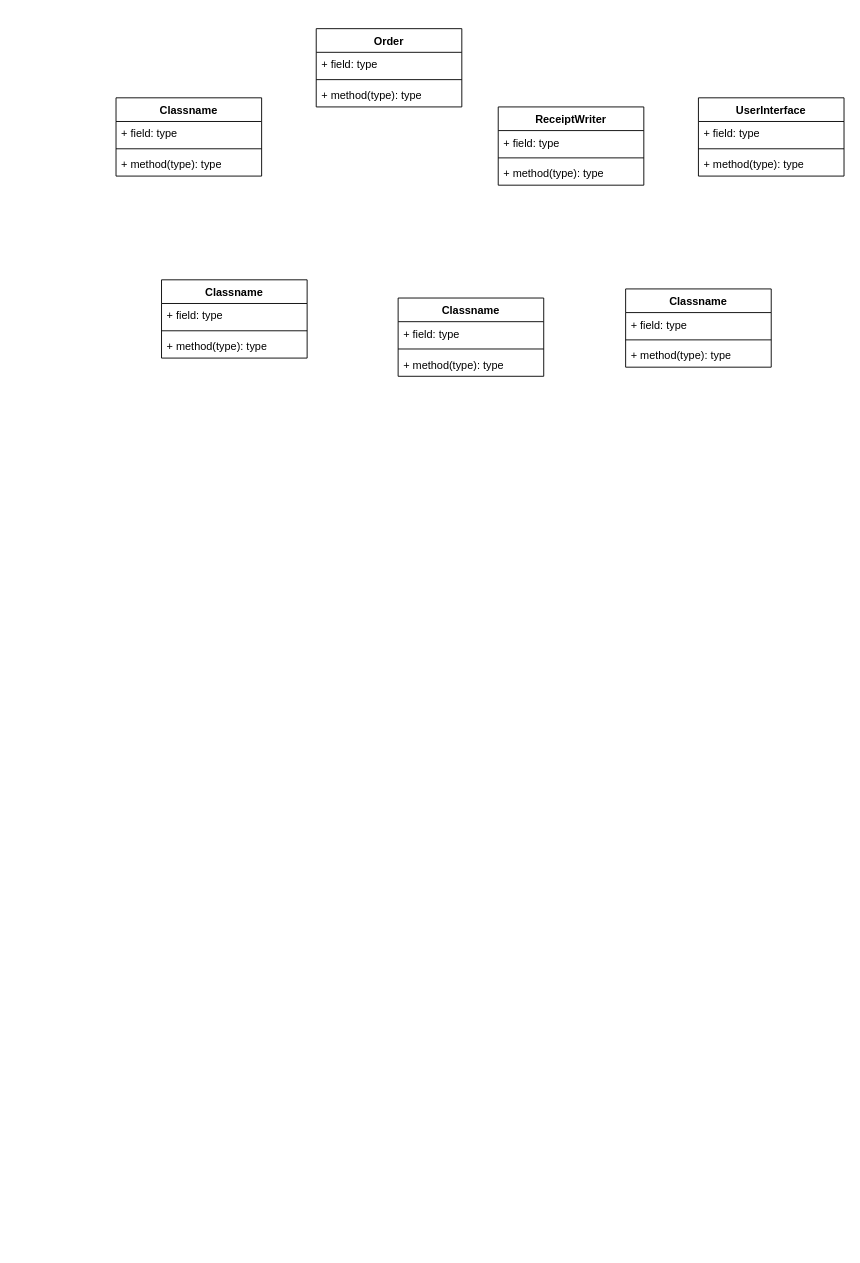
The draw.io diagram TheJaliscoGrillByLosDiaz_ClassDiagram.drawio in alexanderadolfodiaz017-oss/CustomFoodShopCapstone, before the edit. Source tidied: cells renumbered, new cells numbered last; positions are measured from the earlier drawing's top-left corner, leaving out a move shared by most shapes. Both pictures are drawn from the tidied source at 91%, with x=0, y=0 at pixel (116, 28).
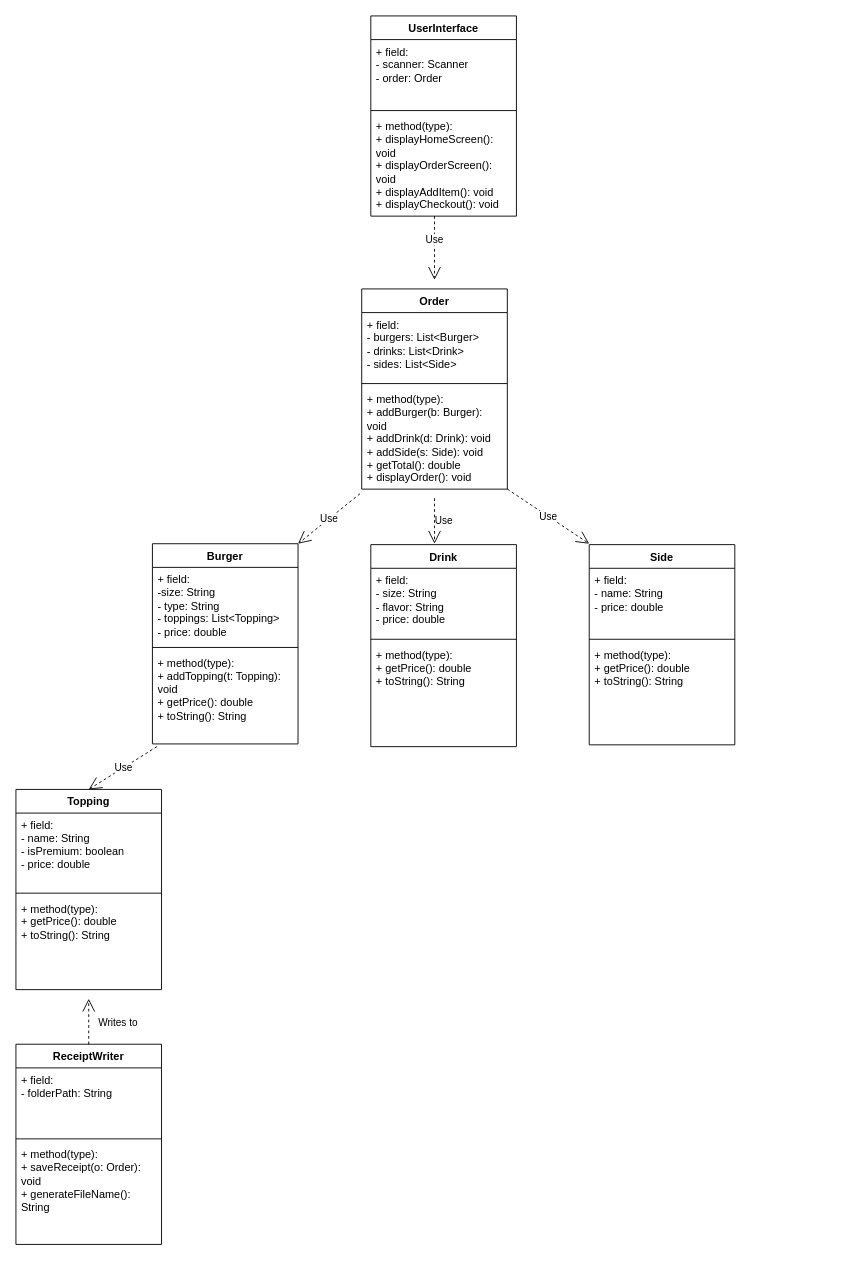
Above is the later version.

Change to the diagram source:
```diff
@@
-    <mxCell id="2" value="Classname" style="swimlane;fontStyle=1;align=center;verticalAlign=top;horizontal=1;startSize=26;whiteSpace=wrap;html=1;" parent="1" vertex="1">
-      <mxGeometry x="310" y="296" width="160" height="86" as="geometry" />
+    <mxCell id="2" value="Topping" style="swimlane;fontStyle=1;align=center;verticalAlign=top;horizontal=1;startSize=26;whiteSpace=wrap;html=1;" parent="1" vertex="1">
+      <mxGeometry x="-110" y="836" width="160" height="220" as="geometry" />
     </mxCell>
-    <mxCell id="3" value="+ field: type" style="text;strokeColor=none;fillColor=none;align=left;verticalAlign=top;spacingLeft=4;spacingRight=4;overflow=hidden;whiteSpace=wrap;html=1;" parent="2" vertex="1">
-      <mxGeometry y="26" width="160" height="26" as="geometry" />
+    <mxCell id="3" value="+ field:&amp;nbsp;&lt;div&gt;&lt;div&gt;- name: String&lt;/div&gt;&lt;div&gt;- isPremium: boolean&lt;/div&gt;&lt;div&gt;- price: double&lt;/div&gt;&lt;/div&gt;" style="text;strokeColor=none;fillColor=none;align=left;verticalAlign=top;spacingLeft=4;spacingRight=4;overflow=hidden;whiteSpace=wrap;html=1;" parent="2" vertex="1">
+      <mxGeometry y="26" width="160" height="84" as="geometry" />
     </mxCell>
     <mxCell id="4" style="line;strokeWidth=1;fillColor=none;align=left;verticalAlign=middle;spacingTop=-1;spacingLeft=3;spacingRight=3;labelPosition=right;strokeColor=inherit;" parent="2" vertex="1">
-      <mxGeometry y="52" width="160" height="8" as="geometry" />
+      <mxGeometry y="110" width="160" height="8" as="geometry" />
     </mxCell>
-    <mxCell id="5" value="+ method(type): type" style="text;strokeColor=none;fillColor=none;align=left;verticalAlign=top;spacingLeft=4;spacingRight=4;overflow=hidden;whiteSpace=wrap;html=1;" parent="2" vertex="1">
-      <mxGeometry y="60" width="160" height="26" as="geometry" />
+    <mxCell id="5" value="+ method(type):&amp;nbsp;&lt;div&gt;&lt;div&gt;+ getPrice(): double&lt;/div&gt;&lt;div&gt;+ toString(): String&lt;/div&gt;&lt;/div&gt;" style="text;strokeColor=none;fillColor=none;align=left;verticalAlign=top;spacingLeft=4;spacingRight=4;overflow=hidden;whiteSpace=wrap;html=1;" parent="2" vertex="1">
+      <mxGeometry y="118" width="160" height="102" as="geometry" />
     </mxCell>
-    <mxCell id="6" value="Classname" style="swimlane;fontStyle=1;align=center;verticalAlign=top;horizontal=1;startSize=26;whiteSpace=wrap;html=1;" parent="1" vertex="1">
-      <mxGeometry x="50" y="276" width="160" height="86" as="geometry" />
+    <mxCell id="6" value="Drink" style="swimlane;fontStyle=1;align=center;verticalAlign=top;horizontal=1;startSize=26;whiteSpace=wrap;html=1;" parent="1" vertex="1">
+      <mxGeometry x="280" y="567" width="160" height="222" as="geometry" />
     </mxCell>
-    <mxCell id="7" value="+ field: type" style="text;strokeColor=none;fillColor=none;align=left;verticalAlign=top;spacingLeft=4;spacingRight=4;overflow=hidden;whiteSpace=wrap;html=1;" parent="6" vertex="1">
-      <mxGeometry y="26" width="160" height="26" as="geometry" />
+    <mxCell id="7" value="+ field:&amp;nbsp;&lt;div&gt;&lt;div&gt;- size: String&lt;/div&gt;&lt;div&gt;- flavor: String&lt;/div&gt;&lt;div&gt;- price: double&lt;/div&gt;&lt;/div&gt;" style="text;strokeColor=none;fillColor=none;align=left;verticalAlign=top;spacingLeft=4;spacingRight=4;overflow=hidden;whiteSpace=wrap;html=1;" parent="6" vertex="1">
+      <mxGeometry y="26" width="160" height="74" as="geometry" />
     </mxCell>
     <mxCell id="8" style="line;strokeWidth=1;fillColor=none;align=left;verticalAlign=middle;spacingTop=-1;spacingLeft=3;spacingRight=3;labelPosition=right;strokeColor=inherit;" parent="6" vertex="1">
-      <mxGeometry y="52" width="160" height="8" as="geometry" />
+      <mxGeometry y="100" width="160" height="8" as="geometry" />
     </mxCell>
-    <mxCell id="9" value="+ method(type): type" style="text;strokeColor=none;fillColor=none;align=left;verticalAlign=top;spacingLeft=4;spacingRight=4;overflow=hidden;whiteSpace=wrap;html=1;" parent="6" vertex="1">
-      <mxGeometry y="60" width="160" height="26" as="geometry" />
+    <mxCell id="9" value="+ method(type):&amp;nbsp;&lt;div&gt;&lt;div&gt;+ getPrice(): double&lt;/div&gt;&lt;div&gt;+ toString(): String&lt;/div&gt;&lt;/div&gt;" style="text;strokeColor=none;fillColor=none;align=left;verticalAlign=top;spacingLeft=4;spacingRight=4;overflow=hidden;whiteSpace=wrap;html=1;" parent="6" vertex="1">
+      <mxGeometry y="108" width="160" height="114" as="geometry" />
     </mxCell>
-    <mxCell id="10" value="Classname" style="swimlane;fontStyle=1;align=center;verticalAlign=top;horizontal=1;startSize=26;whiteSpace=wrap;html=1;" parent="1" vertex="1">
-      <mxGeometry x="560" y="286" width="160" height="86" as="geometry" />
+    <mxCell id="10" value="UserInterface" style="swimlane;fontStyle=1;align=center;verticalAlign=top;horizontal=1;startSize=26;whiteSpace=wrap;html=1;" parent="1" vertex="1">
+      <mxGeometry x="280" y="-14" width="160" height="220" as="geometry" />
     </mxCell>
-    <mxCell id="11" value="+ field: type" style="text;strokeColor=none;fillColor=none;align=left;verticalAlign=top;spacingLeft=4;spacingRight=4;overflow=hidden;whiteSpace=wrap;html=1;" parent="10" vertex="1">
-      <mxGeometry y="26" width="160" height="26" as="geometry" />
+    <mxCell id="11" value="+ field:&amp;nbsp;&lt;div&gt;&lt;div&gt;- scanner: Scanner&lt;/div&gt;&lt;div&gt;- order: Order&lt;/div&gt;&lt;/div&gt;&lt;div&gt;&lt;br&gt;&lt;/div&gt;" style="text;strokeColor=none;fillColor=none;align=left;verticalAlign=top;spacingLeft=4;spacingRight=4;overflow=hidden;whiteSpace=wrap;html=1;" parent="10" vertex="1">
+      <mxGeometry y="26" width="160" height="74" as="geometry" />
     </mxCell>
     <mxCell id="12" style="line;strokeWidth=1;fillColor=none;align=left;verticalAlign=middle;spacingTop=-1;spacingLeft=3;spacingRight=3;labelPosition=right;strokeColor=inherit;" parent="10" vertex="1">
-      <mxGeometry y="52" width="160" height="8" as="geometry" />
+      <mxGeometry y="100" width="160" height="8" as="geometry" />
     </mxCell>
-    <mxCell id="13" value="+ method(type): type" style="text;strokeColor=none;fillColor=none;align=left;verticalAlign=top;spacingLeft=4;spacingRight=4;overflow=hidden;whiteSpace=wrap;html=1;" parent="10" vertex="1">
-      <mxGeometry y="60" width="160" height="26" as="geometry" />
+    <mxCell id="13" value="+ method(type):&amp;nbsp;&lt;div&gt;&lt;div&gt;+ displayHomeScreen(): void&lt;/div&gt;&lt;div&gt;+ displayOrderScreen(): void&lt;/div&gt;&lt;div&gt;+ displayAddItem(): void&lt;/div&gt;&lt;div&gt;+ displayCheckout(): void&lt;/div&gt;&lt;/div&gt;" style="text;strokeColor=none;fillColor=none;align=left;verticalAlign=top;spacingLeft=4;spacingRight=4;overflow=hidden;whiteSpace=wrap;html=1;" parent="10" vertex="1">
+      <mxGeometry y="108" width="160" height="112" as="geometry" />
     </mxCell>
     <mxCell id="14" value="ReceiptWriter" style="swimlane;fontStyle=1;align=center;verticalAlign=top;horizontal=1;startSize=26;whiteSpace=wrap;html=1;" parent="1" vertex="1">
-      <mxGeometry x="420" y="86" width="160" height="86" as="geometry" />
+      <mxGeometry x="-110" y="1116" width="160" height="220" as="geometry" />
     </mxCell>
-    <mxCell id="15" value="+ field: type" style="text;strokeColor=none;fillColor=none;align=left;verticalAlign=top;spacingLeft=4;spacingRight=4;overflow=hidden;whiteSpace=wrap;html=1;" parent="14" vertex="1">
-      <mxGeometry y="26" width="160" height="26" as="geometry" />
+    <mxCell id="15" value="+ field:&amp;nbsp;&lt;div&gt;- folderPath: String&lt;/div&gt;" style="text;strokeColor=none;fillColor=none;align=left;verticalAlign=top;spacingLeft=4;spacingRight=4;overflow=hidden;whiteSpace=wrap;html=1;" parent="14" vertex="1">
+      <mxGeometry y="26" width="160" height="74" as="geometry" />
     </mxCell>
     <mxCell id="16" style="line;strokeWidth=1;fillColor=none;align=left;verticalAlign=middle;spacingTop=-1;spacingLeft=3;spacingRight=3;labelPosition=right;strokeColor=inherit;" parent="14" vertex="1">
-      <mxGeometry y="52" width="160" height="8" as="geometry" />
+      <mxGeometry y="100" width="160" height="8" as="geometry" />
     </mxCell>
-    <mxCell id="17" value="+ method(type): type" style="text;strokeColor=none;fillColor=none;align=left;verticalAlign=top;spacingLeft=4;spacingRight=4;overflow=hidden;whiteSpace=wrap;html=1;" parent="14" vertex="1">
-      <mxGeometry y="60" width="160" height="26" as="geometry" />
+    <mxCell id="17" value="+ method(type):&amp;nbsp;&lt;div&gt;&lt;div&gt;+ saveReceipt(o: Order): void&lt;/div&gt;&lt;div&gt;+ generateFileName(): String&lt;/div&gt;&lt;/div&gt;" style="text;strokeColor=none;fillColor=none;align=left;verticalAlign=top;spacingLeft=4;spacingRight=4;overflow=hidden;whiteSpace=wrap;html=1;" parent="14" vertex="1">
+      <mxGeometry y="108" width="160" height="112" as="geometry" />
     </mxCell>
     <mxCell id="18" value="Order" style="swimlane;fontStyle=1;align=center;verticalAlign=top;horizontal=1;startSize=26;whiteSpace=wrap;html=1;" parent="1" vertex="1">
-      <mxGeometry x="220" width="160" height="86" as="geometry" />
+      <mxGeometry x="270" y="286" width="160" height="220" as="geometry" />
     </mxCell>
-    <mxCell id="19" value="+ field: type" style="text;strokeColor=none;fillColor=none;align=left;verticalAlign=top;spacingLeft=4;spacingRight=4;overflow=hidden;whiteSpace=wrap;html=1;" parent="18" vertex="1">
-      <mxGeometry y="26" width="160" height="26" as="geometry" />
+    <mxCell id="19" value="+ field:&amp;nbsp;&lt;div&gt;&lt;div&gt;- burgers: List&amp;lt;Burger&amp;gt;&lt;/div&gt;&lt;div&gt;- drinks: List&amp;lt;Drink&amp;gt;&lt;/div&gt;&lt;div&gt;- sides: List&amp;lt;Side&amp;gt;&lt;/div&gt;&lt;/div&gt;" style="text;strokeColor=none;fillColor=none;align=left;verticalAlign=top;spacingLeft=4;spacingRight=4;overflow=hidden;whiteSpace=wrap;html=1;" parent="18" vertex="1">
+      <mxGeometry y="26" width="160" height="74" as="geometry" />
     </mxCell>
     <mxCell id="20" style="line;strokeWidth=1;fillColor=none;align=left;verticalAlign=middle;spacingTop=-1;spacingLeft=3;spacingRight=3;labelPosition=right;strokeColor=inherit;" parent="18" vertex="1">
-      <mxGeometry y="52" width="160" height="8" as="geometry" />
+      <mxGeometry y="100" width="160" height="8" as="geometry" />
     </mxCell>
-    <mxCell id="21" value="+ method(type): type" style="text;strokeColor=none;fillColor=none;align=left;verticalAlign=top;spacingLeft=4;spacingRight=4;overflow=hidden;points=[[0,0.5],[1,0.5]];portConstraint=eastwest;whiteSpace=wrap;html=1;" parent="18" vertex="1">
-      <mxGeometry y="60" width="160" height="26" as="geometry" />
+    <mxCell id="21" value="+ method(type):&amp;nbsp;&lt;div&gt;&lt;div&gt;+ addBurger(b: Burger): void&lt;/div&gt;&lt;div&gt;+ addDrink(d: Drink): void&lt;/div&gt;&lt;div&gt;+ addSide(s: Side): void&lt;/div&gt;&lt;div&gt;+ getTotal(): double&lt;/div&gt;&lt;div&gt;+ displayOrder(): void&lt;/div&gt;&lt;/div&gt;" style="text;strokeColor=none;fillColor=none;align=left;verticalAlign=top;spacingLeft=4;spacingRight=4;overflow=hidden;points=[[0,0.5],[1,0.5]];portConstraint=eastwest;whiteSpace=wrap;html=1;" parent="18" vertex="1">
+      <mxGeometry y="108" width="160" height="112" as="geometry" />
     </mxCell>
-    <mxCell id="22" value="UserInterface" style="swimlane;fontStyle=1;align=center;verticalAlign=top;horizontal=1;startSize=26;whiteSpace=wrap;html=1;" parent="1" vertex="1">
-      <mxGeometry x="640" y="76" width="160" height="86" as="geometry" />
+    <mxCell id="22" value="Burger" style="swimlane;fontStyle=1;align=center;verticalAlign=top;horizontal=1;startSize=26;whiteSpace=wrap;html=1;" parent="1" vertex="1">
+      <mxGeometry x="40" y="566" width="160" height="220" as="geometry" />
     </mxCell>
-    <mxCell id="23" value="+ field: type" style="text;strokeColor=none;fillColor=none;align=left;verticalAlign=top;spacingLeft=4;spacingRight=4;overflow=hidden;whiteSpace=wrap;html=1;" parent="22" vertex="1">
-      <mxGeometry y="26" width="160" height="26" as="geometry" />
+    <mxCell id="23" value="+ field:&amp;nbsp;&lt;div&gt;&lt;div&gt;-size: String&lt;/div&gt;&lt;div&gt;- type: String&lt;/div&gt;&lt;div&gt;- toppings: List&amp;lt;Topping&amp;gt;&lt;/div&gt;&lt;div&gt;- price: double&lt;/div&gt;&lt;/div&gt;" style="text;strokeColor=none;fillColor=none;align=left;verticalAlign=top;spacingLeft=4;spacingRight=4;overflow=hidden;whiteSpace=wrap;html=1;" parent="22" vertex="1">
+      <mxGeometry y="26" width="160" height="84" as="geometry" />
     </mxCell>
     <mxCell id="24" style="line;strokeWidth=1;fillColor=none;align=left;verticalAlign=middle;spacingTop=-1;spacingLeft=3;spacingRight=3;labelPosition=right;strokeColor=inherit;" parent="22" vertex="1">
-      <mxGeometry y="52" width="160" height="8" as="geometry" />
+      <mxGeometry y="110" width="160" height="8" as="geometry" />
     </mxCell>
-    <mxCell id="25" value="+ method(type): type" style="text;strokeColor=none;fillColor=none;align=left;verticalAlign=top;spacingLeft=4;spacingRight=4;overflow=hidden;points=[[0,0.5],[1,0.5]];portConstraint=eastwest;whiteSpace=wrap;html=1;" parent="22" vertex="1">
-      <mxGeometry y="60" width="160" height="26" as="geometry" />
+    <mxCell id="25" value="+ method(type):&amp;nbsp;&lt;div&gt;&lt;div&gt;+ addTopping(t: Topping): void&lt;/div&gt;&lt;div&gt;+ getPrice(): double&lt;/div&gt;&lt;div&gt;+ toString(): String&lt;/div&gt;&lt;/div&gt;" style="text;strokeColor=none;fillColor=none;align=left;verticalAlign=top;spacingLeft=4;spacingRight=4;overflow=hidden;points=[[0,0.5],[1,0.5]];portConstraint=eastwest;whiteSpace=wrap;html=1;" parent="22" vertex="1">
+      <mxGeometry y="118" width="160" height="102" as="geometry" />
     </mxCell>
-    <mxCell id="26" value="Classname" style="swimlane;fontStyle=1;align=center;verticalAlign=top;horizontal=1;startSize=26;whiteSpace=wrap;html=1;" parent="1" vertex="1">
-      <mxGeometry y="76" width="160" height="86" as="geometry" />
+    <mxCell id="26" value="Side" style="swimlane;fontStyle=1;align=center;verticalAlign=top;horizontal=1;startSize=26;whiteSpace=wrap;html=1;" parent="1" vertex="1">
+      <mxGeometry x="520" y="567" width="160" height="220" as="geometry" />
     </mxCell>
-    <mxCell id="27" value="+ field: type" style="text;strokeColor=none;fillColor=none;align=left;verticalAlign=top;spacingLeft=4;spacingRight=4;overflow=hidden;whiteSpace=wrap;html=1;" parent="26" vertex="1">
-      <mxGeometry y="26" width="160" height="26" as="geometry" />
+    <mxCell id="27" value="+ field:&amp;nbsp;&lt;div&gt;&lt;div&gt;- name: String&lt;/div&gt;&lt;div&gt;- price: double&lt;/div&gt;&lt;/div&gt;" style="text;strokeColor=none;fillColor=none;align=left;verticalAlign=top;spacingLeft=4;spacingRight=4;overflow=hidden;whiteSpace=wrap;html=1;" parent="26" vertex="1">
+      <mxGeometry y="26" width="160" height="74" as="geometry" />
     </mxCell>
     <mxCell id="28" style="line;strokeWidth=1;fillColor=none;align=left;verticalAlign=middle;spacingTop=-1;spacingLeft=3;spacingRight=3;labelPosition=right;strokeColor=inherit;" parent="26" vertex="1">
-      <mxGeometry y="52" width="160" height="8" as="geometry" />
+      <mxGeometry y="100" width="160" height="8" as="geometry" />
     </mxCell>
-    <mxCell id="29" value="+ method(type): type" style="text;strokeColor=none;fillColor=none;align=left;verticalAlign=top;spacingLeft=4;spacingRight=4;overflow=hidden;whiteSpace=wrap;html=1;" parent="26" vertex="1">
-      <mxGeometry y="60" width="160" height="26" as="geometry" />
+    <mxCell id="29" value="+ method(type):&amp;nbsp;&lt;div&gt;&lt;div&gt;+ getPrice(): double&lt;/div&gt;&lt;div&gt;+ toString(): String&lt;/div&gt;&lt;/div&gt;" style="text;strokeColor=none;fillColor=none;align=left;verticalAlign=top;spacingLeft=4;spacingRight=4;overflow=hidden;whiteSpace=wrap;html=1;" parent="26" vertex="1">
+      <mxGeometry y="108" width="160" height="112" as="geometry" />
     </mxCell>
+    <mxCell id="30" value="Use" style="endArrow=open;endSize=12;dashed=1;html=1;rounded=0;verticalAlign=bottom;" parent="1" edge="1">
+      <mxGeometry relative="1" as="geometry">
+        <mxPoint x="350" y="206" as="sourcePoint" />
+        <mxPoint x="350" y="276" as="targetPoint" />
+      </mxGeometry>
+    </mxCell>
+    <mxCell id="31" value="Use" style="endArrow=open;endSize=12;dashed=1;html=1;rounded=0;exitX=-0.012;exitY=1.045;exitDx=0;exitDy=0;exitPerimeter=0;entryX=1;entryY=0;entryDx=0;entryDy=0;" parent="1" edge="1" source="21" target="22">
+      <mxGeometry relative="1" as="geometry" />
+    </mxCell>
+    <mxCell id="32" value="Use" style="endArrow=open;endSize=12;dashed=1;html=1;rounded=0;" parent="1" edge="1">
+      <mxGeometry y="10" relative="1" as="geometry">
+        <mxPoint x="350" y="516" as="sourcePoint" />
+        <mxPoint x="350" y="566" as="targetPoint" />
+      </mxGeometry>
+    </mxCell>
+    <mxCell id="33" value="Use" style="endArrow=open;endSize=12;dashed=1;html=1;rounded=0;" parent="1" edge="1">
+      <mxGeometry relative="1" as="geometry">
+        <mxPoint x="430" y="506" as="sourcePoint" />
+        <mxPoint x="520" y="566" as="targetPoint" />
+      </mxGeometry>
+    </mxCell>
+    <mxCell id="34" value="Use" style="endArrow=open;endSize=12;dashed=1;html=1;rounded=0;entryX=0.5;entryY=0;entryDx=0;entryDy=0;exitX=0.031;exitY=1.029;exitDx=0;exitDy=0;exitPerimeter=0;" parent="1" edge="1" source="25" target="2">
+      <mxGeometry relative="1" as="geometry" />
+    </mxCell>
+    <mxCell id="35" value="Writes to" style="endArrow=open;endSize=12;dashed=1;html=1;rounded=0;exitX=0.5;exitY=0;exitDx=0;exitDy=0;" parent="1" edge="1" source="14">
+      <mxGeometry x="-0.09" y="-32" relative="1" as="geometry">
+        <mxPoint x="-30" y="1066" as="targetPoint" />
+      </mxGeometry>
+    </mxCell>
```
